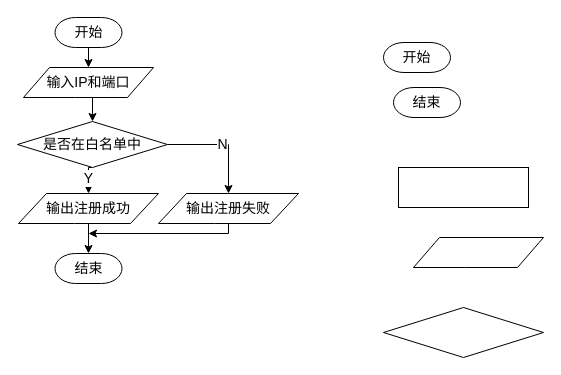
The draw.io diagram IOTManage/flow-diagram.drawio in waterwatermelon/graph, before the edit. Source tidied: cells renumbered, new cells numbered last; positions are measured from the earlier drawing's top-left corner, leaving out a move shared by most shapes. Both pictures are drawn from the tidied source at 100%, with x=0, y=0 at pixel (17, 17).
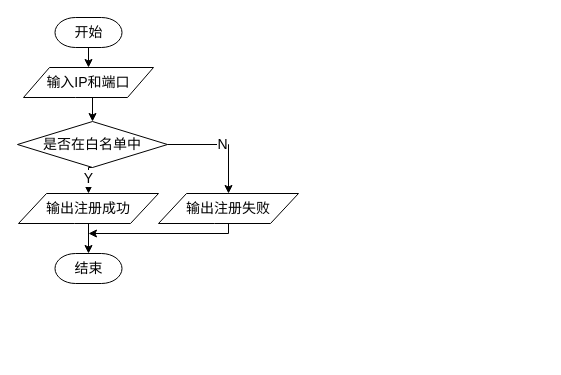
Above is the later version.

The edit, as a diff of the source:
```diff
@@
-    <mxCell id="2" style="rounded=0;whiteSpace=wrap;html=1;comic=0;fontSize=14;" parent="1" vertex="1">
-      <mxGeometry x="381" y="150" width="130" height="40" as="geometry" />
-    </mxCell>
-    <mxCell id="3" style="shape=parallelogram;perimeter=parallelogramPerimeter;whiteSpace=wrap;html=1;rounded=1;comic=0;arcSize=0;fontSize=14;" parent="1" vertex="1">
-      <mxGeometry x="396" y="220" width="130" height="30" as="geometry" />
-    </mxCell>
@@
-    <mxCell id="6" style="strokeWidth=1;html=1;shape=mxgraph.flowchart.decision;whiteSpace=wrap;rounded=1;comic=0;fontSize=14;spacing=2;" parent="1" vertex="1">
-      <mxGeometry x="366" y="290" width="160" height="50" as="geometry" />
-    </mxCell>
@@
-    <mxCell id="16" value="开始" style="strokeWidth=1;html=1;shape=mxgraph.flowchart.terminator;whiteSpace=wrap;rounded=1;comic=0;fontSize=14;" parent="1" vertex="1">
-      <mxGeometry x="366" y="25" width="67" height="30" as="geometry" />
-    </mxCell>
-    <mxCell id="17" value="结束" style="strokeWidth=1;html=1;shape=mxgraph.flowchart.terminator;whiteSpace=wrap;rounded=1;comic=0;fontSize=14;" parent="1" vertex="1">
-      <mxGeometry x="376" y="70" width="67" height="30" as="geometry" />
-    </mxCell>
```
